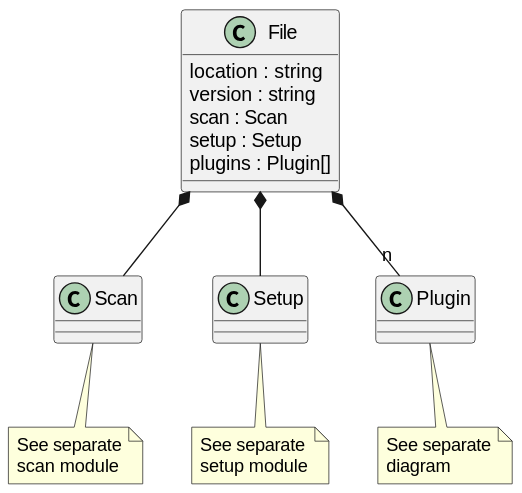
This is docs/uml/evedata.scml.file.svg from tillbiskup/evedata, a PlantUML export, as it was before one commit.
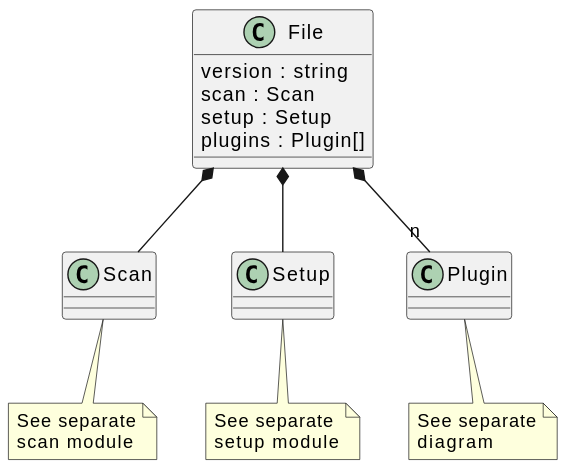
The same file after the commit.

Commit message:
Comment/Description attribute; move and rename location attribute

Diff of the diagram source:
```diff
@@ -1,6 +1,5 @@
 @startuml
 class File {
-    location : string
     version : string
     scan : Scan
     setup : Setup
```
